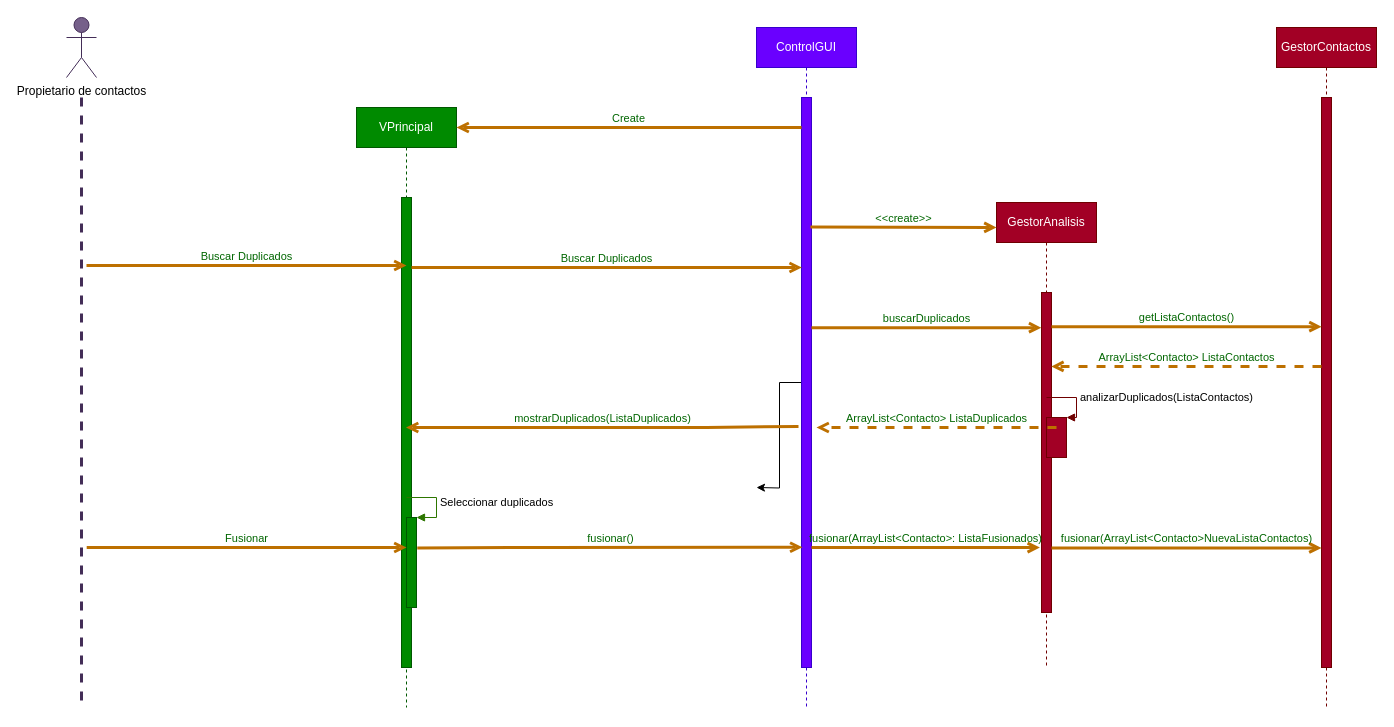
Above: diagramas/diagramas de secuencia/secuenciaC2_BuscarDuplicados.drawio in JuanCarlosGarciaZepeda/SmartScheduler (draw.io), before the change. Source tidied: cells renumbered, new cells numbered last; positions are measured from the earlier drawing's top-left corner, leaving out a move shared by most shapes. Both pictures are drawn from the tidied source at 100%, with x=0, y=0 at pixel (66, 17).
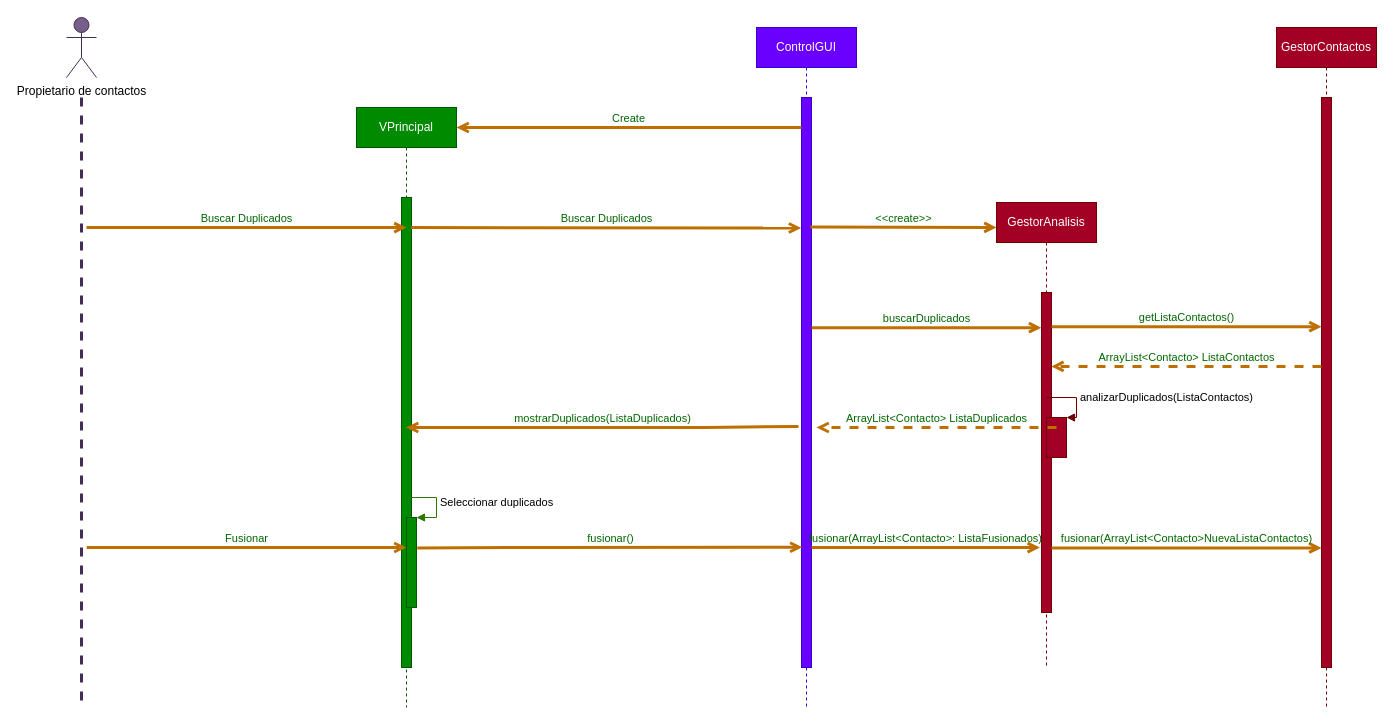
Above is the later version.

Unchanged cells that the change refers to:
```xml
<mxCell id="5" style="html=1;points=[];perimeter=orthogonalPerimeter;fillColor=#008a00;strokeColor=#005700;fontColor=#ffffff;" parent="4" vertex="1">
  <mxGeometry x="45" y="90" width="10" height="470" as="geometry" />
</mxCell>
<mxCell id="6" value="ControlGUI" style="shape=umlLifeline;perimeter=lifelinePerimeter;whiteSpace=wrap;html=1;strokeColor=#3700CC;fillColor=#6a00ff;fontColor=#ffffff;" parent="1" vertex="1">
  <mxGeometry x="690" y="10" width="100" height="680" as="geometry" />
</mxCell>
<mxCell id="8" style="html=1;points=[];perimeter=orthogonalPerimeter;fillColor=#6a00ff;strokeColor=#3700CC;fontColor=#ffffff;" parent="6" vertex="1">
  <mxGeometry x="45" y="70" width="10" height="570" as="geometry" />
</mxCell>
```

The edit, as a diff of the source:
```diff
@@
-    <mxCell id="7" style="edgeStyle=orthogonalEdgeStyle;rounded=0;jettySize=auto;html=1;fontColor=#000000;" parent="6" edge="1" source="8">
-      <mxGeometry relative="1" as="geometry">
-        <mxPoint y="460" as="targetPoint" />
-      </mxGeometry>
-    </mxCell>
@@
-    <mxCell id="19" value="Buscar Duplicados" style="html=1;verticalAlign=bottom;labelBackgroundColor=none;endArrow=open;endFill=0;fontColor=#006600;strokeWidth=3;fillColor=#f0a30a;strokeColor=#BD7000;entryX=-0.471;entryY=0.167;entryDx=0;entryDy=0;entryPerimeter=0;" parent="1" edge="1" source="5">
-      <mxGeometry relative="1" as="geometry">
-        <mxPoint x="735.3" y="250" as="targetPoint" />
-      </mxGeometry>
+    <mxCell id="19" value="Buscar Duplicados" style="html=1;verticalAlign=bottom;labelBackgroundColor=none;endArrow=open;endFill=0;fontColor=#006600;strokeWidth=3;fillColor=#f0a30a;strokeColor=#BD7000;exitX=0.967;exitY=0.064;exitDx=0;exitDy=0;exitPerimeter=0;entryX=-0.033;entryY=0.229;entryDx=0;entryDy=0;entryPerimeter=0;" parent="1" edge="1" source="5" target="8">
+      <mxGeometry relative="1" as="geometry" />
     </mxCell>
-    <mxCell id="20" value="Buscar Duplicados" style="html=1;verticalAlign=bottom;labelBackgroundColor=none;endArrow=open;endFill=0;fontColor=#006600;strokeWidth=3;fillColor=#f0a30a;strokeColor=#BD7000;" parent="1" edge="1">
+    <mxCell id="20" value="Buscar Duplicados" style="html=1;verticalAlign=bottom;labelBackgroundColor=none;endArrow=open;endFill=0;fontColor=#006600;strokeWidth=3;fillColor=#f0a30a;strokeColor=#BD7000;entryX=0.5;entryY=0.064;entryDx=0;entryDy=0;entryPerimeter=0;" parent="1" edge="1" target="5">
       <mxGeometry relative="1" as="geometry">
-        <mxPoint x="20" y="248.1" as="sourcePoint" />
-        <mxPoint x="340" y="248" as="targetPoint" />
+        <mxPoint x="20" y="210.1" as="sourcePoint" />
       </mxGeometry>
     </mxCell>
```
